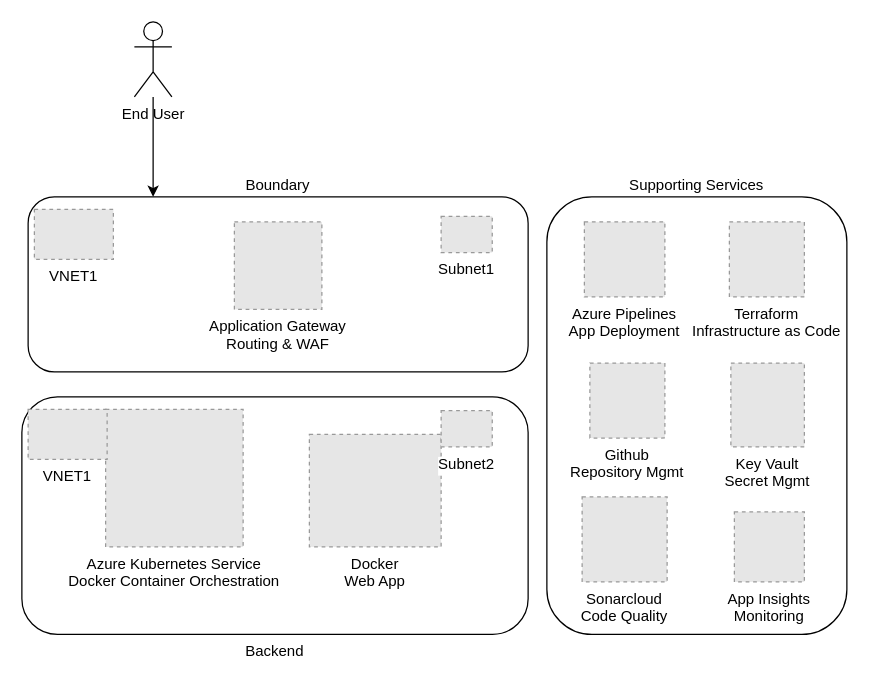
JamesArmerNC/DevOps-Foundation-Public keeps this draw.io diagram as Diagrams/DevOps Foundation Architecture.drawio. Above is the earlier version. Source tidied: cells renumbered, new cells numbered last; positions are measured from the earlier drawing's top-left corner, leaving out a move shared by most shapes. Both pictures are drawn from the tidied source at 125%, with x=0, y=0 at pixel (21, 21). Pictures stored in the file or linked from it are replaced by grey dashed boxes.
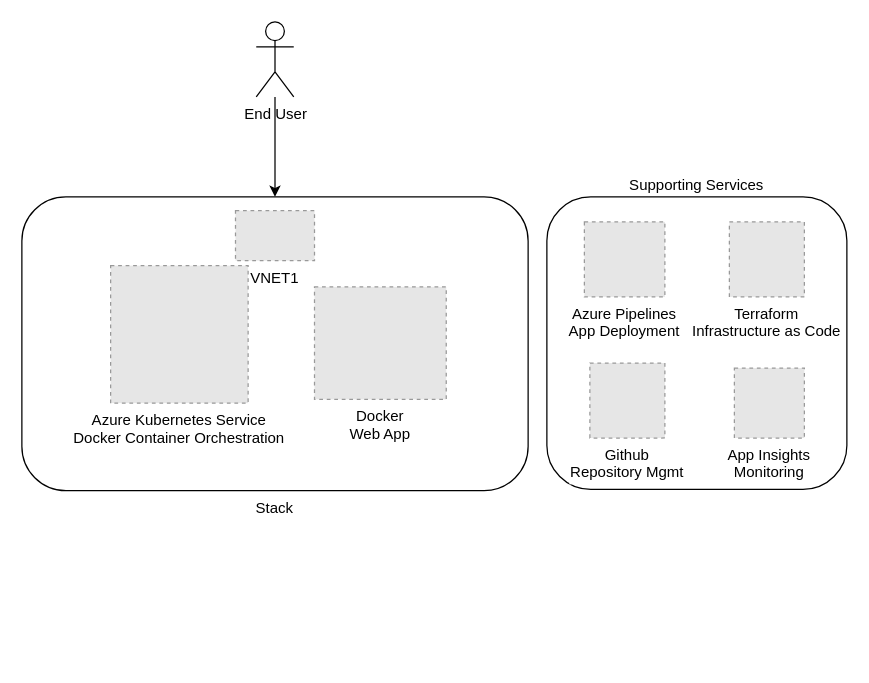
The same page after the edit.

The edit, as a diff of the source:
```diff
@@
 <mxGraphModel>
   <root>
     <mxCell id="0" />
     <mxCell id="1" parent="0" />
-    <mxCell id="2" style="edgeStyle=orthogonalEdgeStyle;rounded=0;jettySize=auto;html=1;entryX=0.25;entryY=0;entryDx=0;entryDy=0;" parent="1" edge="1" source="3" target="4">
+    <mxCell id="2" style="edgeStyle=orthogonalEdgeStyle;rounded=0;jettySize=auto;html=1;entryX=0.5;entryY=0;entryDx=0;entryDy=0;" parent="1" edge="1" source="3" target="7">
       <mxGeometry relative="1" as="geometry" />
     </mxCell>
     <mxCell id="3" value="End User" style="shape=umlActor;verticalLabelPosition=bottom;verticalAlign=top;html=1;outlineConnect=0;" parent="1" vertex="1">
-      <mxGeometry x="90" width="30" height="60" as="geometry" />
+      <mxGeometry x="187.5" width="30" height="60" as="geometry" />
     </mxCell>
-    <mxCell id="4" value="Boundary" style="rounded=1;whiteSpace=wrap;html=1;align=center;labelPosition=center;verticalLabelPosition=top;verticalAlign=bottom;" parent="1" vertex="1">
-      <mxGeometry x="5" y="140" width="400" height="140" as="geometry" />
-    </mxCell>
-    <mxCell id="5" value="VNET1" style="fillColor=#E6E6E6;strokeColor=#999999;dashed=1;verticalLabelPosition=bottom;labelBackgroundColor=default;verticalAlign=top;" parent="1" vertex="1">
-      <mxGeometry x="10" y="150" width="63.2" height="40" as="geometry" />
-    </mxCell>
-    <mxCell id="6" value="Subnet1" style="fillColor=#E6E6E6;strokeColor=#999999;dashed=1;verticalLabelPosition=bottom;labelBackgroundColor=default;verticalAlign=top;" parent="1" vertex="1">
-      <mxGeometry x="335.4" y="155.5" width="40.9" height="29" as="geometry" />
-    </mxCell>
-    <mxCell id="7" value="Backend" style="rounded=1;whiteSpace=wrap;html=1;align=center;labelPosition=center;verticalLabelPosition=bottom;verticalAlign=top;" parent="1" vertex="1">
-      <mxGeometry y="300" width="405" height="190" as="geometry" />
+    <mxCell id="7" value="Stack" style="rounded=1;whiteSpace=wrap;html=1;align=center;labelPosition=center;verticalLabelPosition=bottom;verticalAlign=top;" parent="1" vertex="1">
+      <mxGeometry y="140" width="405" height="235" as="geometry" />
     </mxCell>
-    <mxCell id="8" value="Application Gateway&#10;Routing &amp; WAF" style="fillColor=#E6E6E6;strokeColor=#999999;dashed=1;verticalLabelPosition=bottom;labelBackgroundColor=default;verticalAlign=top;labelPosition=center;align=center;" parent="1" vertex="1">
-      <mxGeometry x="170" y="160" width="70" height="70" as="geometry" />
-    </mxCell>
     <mxCell id="9" value="Azure Kubernetes Service&#10;Docker Container Orchestration" style="fillColor=#E6E6E6;strokeColor=#999999;dashed=1;verticalLabelPosition=bottom;labelBackgroundColor=default;verticalAlign=top;" parent="1" vertex="1">
-      <mxGeometry x="67" y="310" width="110" height="110" as="geometry" />
+      <mxGeometry x="71" y="195" width="110" height="110" as="geometry" />
     </mxCell>
     <mxCell id="10" value="Docker&#10;Web App" style="fillColor=#E6E6E6;strokeColor=#999999;dashed=1;verticalLabelPosition=bottom;labelBackgroundColor=default;verticalAlign=top;" parent="1" vertex="1">
-      <mxGeometry x="230" y="330" width="105.4" height="90" as="geometry" />
+      <mxGeometry x="234.1" y="212" width="105.4" height="90" as="geometry" />
     </mxCell>
-    <mxCell id="11" value="Subnet2" style="fillColor=#E6E6E6;strokeColor=#999999;dashed=1;verticalLabelPosition=bottom;labelBackgroundColor=default;verticalAlign=top;" parent="1" vertex="1">
-      <mxGeometry x="335.4" y="311" width="40.9" height="29" as="geometry" />
-    </mxCell>
     <mxCell id="12" value="VNET1" style="fillColor=#E6E6E6;strokeColor=#999999;dashed=1;verticalLabelPosition=bottom;labelBackgroundColor=default;verticalAlign=top;" parent="1" vertex="1">
-      <mxGeometry x="5" y="310" width="63.2" height="40" as="geometry" />
+      <mxGeometry x="170.9" y="151" width="63.2" height="40" as="geometry" />
     </mxCell>
     <mxCell id="13" value="Supporting Services" style="rounded=1;whiteSpace=wrap;html=1;labelPosition=center;verticalLabelPosition=top;align=center;verticalAlign=bottom;" parent="1" vertex="1">
-      <mxGeometry x="420" y="140" width="240" height="350" as="geometry" />
+      <mxGeometry x="420" y="140" width="240" height="234" as="geometry" />
     </mxCell>
     <mxCell id="14" value="Azure Pipelines&#10;App Deployment" style="fillColor=#E6E6E6;strokeColor=#999999;dashed=1;verticalLabelPosition=bottom;labelBackgroundColor=default;verticalAlign=top;" parent="1" vertex="1">
       <mxGeometry x="450" y="160" width="64.4" height="60" as="geometry" />
     </mxCell>
     <mxCell id="15" value="Terraform&#10;Infrastructure as Code" style="fillColor=#E6E6E6;strokeColor=#999999;dashed=1;verticalLabelPosition=bottom;labelBackgroundColor=default;verticalAlign=top;" parent="1" vertex="1">
       <mxGeometry x="566" y="160" width="60" height="60" as="geometry" />
     </mxCell>
-    <mxCell id="16" value="Key Vault&#10;Secret Mgmt" style="fillColor=#E6E6E6;strokeColor=#999999;dashed=1;verticalLabelPosition=bottom;labelBackgroundColor=default;verticalAlign=top;" parent="1" vertex="1">
-      <mxGeometry x="567.2" y="272.9" width="58.8" height="67.1" as="geometry" />
-    </mxCell>
     <mxCell id="17" value="Github&#10;Repository Mgmt" style="fillColor=#E6E6E6;strokeColor=#999999;dashed=1;verticalLabelPosition=bottom;labelBackgroundColor=default;verticalAlign=top;" parent="1" vertex="1">
       <mxGeometry x="454.4" y="272.9" width="60" height="60" as="geometry" />
     </mxCell>
-    <mxCell id="18" value="Sonarcloud&#10;Code Quality" style="fillColor=#E6E6E6;strokeColor=#999999;dashed=1;verticalLabelPosition=bottom;labelBackgroundColor=default;verticalAlign=top;" parent="1" vertex="1">
-      <mxGeometry x="448.2" y="380" width="68" height="68" as="geometry" />
-    </mxCell>
     <mxCell id="19" value="App Insights&#10;Monitoring" style="fillColor=#E6E6E6;strokeColor=#999999;dashed=1;verticalLabelPosition=bottom;labelBackgroundColor=default;verticalAlign=top;" parent="1" vertex="1">
-      <mxGeometry x="570" y="392" width="56" height="56" as="geometry" />
+      <mxGeometry x="570" y="276.9" width="56" height="56" as="geometry" />
     </mxCell>
   </root>
 </mxGraphModel>
```
